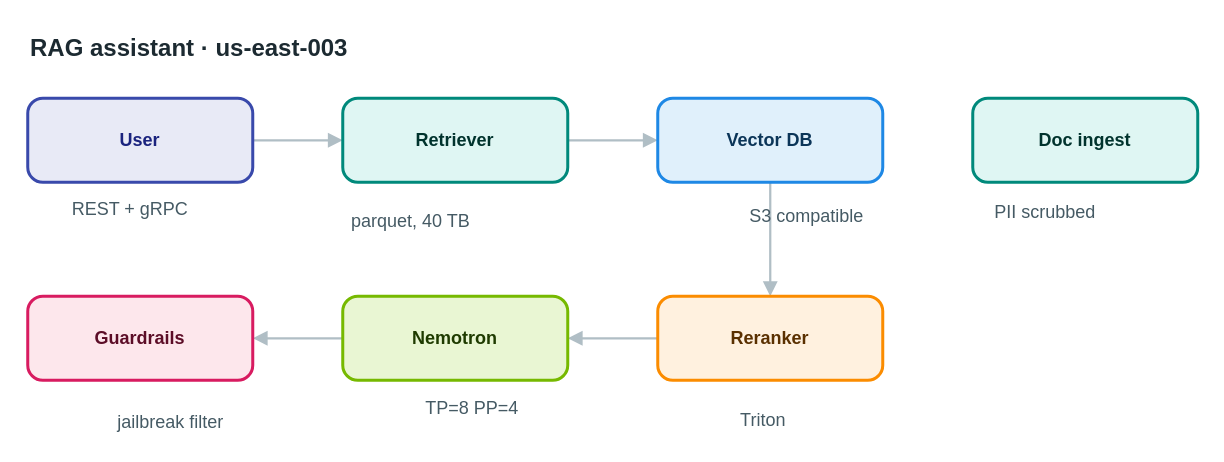
Above: apps/web/public/samples/library/003-rag-assistant.drawio in AryanG01/open-apprentice (draw.io), before the change. Source tidied: cells renumbered, new cells numbered last; positions are measured from the earlier drawing's top-left corner, leaving out a move shared by most shapes. Both pictures are drawn from the tidied source at 150%, with x=0, y=0 at pixel (27, 26).
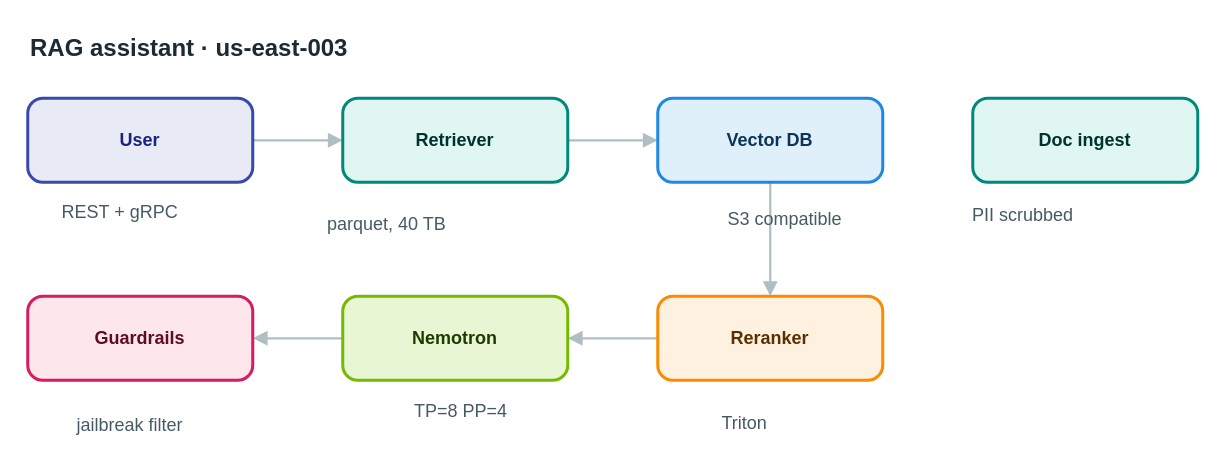
The same page after the edit.

What changed in the source:
```diff
@@
-    <mxCell id="15" value="REST + gRPC" style="text;html=1;align=center;verticalAlign=middle;whiteSpace=nowrap;strokeColor=none;fillColor=none;fontSize=12;fontColor=#455a64;" parent="1" vertex="1">
+    <mxCell id="15" value="REST + gRPC" style="text;html=1;align=left;verticalAlign=top;whiteSpace=nowrap;spacing=0;spacingTop=0;strokeColor=none;fillColor=none;fontSize=12;fontColor=#455a64;" parent="1" vertex="1">
       <mxGeometry x="23" y="112" width="89" height="20" as="geometry" />
     </mxCell>
-    <mxCell id="16" value="parquet, 40 TB" style="text;html=1;align=center;verticalAlign=middle;whiteSpace=nowrap;strokeColor=none;fillColor=none;fontSize=12;fontColor=#455a64;" parent="1" vertex="1">
+    <mxCell id="16" value="parquet, 40 TB" style="text;html=1;align=left;verticalAlign=top;whiteSpace=nowrap;spacing=0;spacingTop=0;strokeColor=none;fillColor=none;fontSize=12;fontColor=#455a64;" parent="1" vertex="1">
       <mxGeometry x="200" y="120" width="110" height="20" as="geometry" />
     </mxCell>
-    <mxCell id="17" value="S3 compatible" style="text;html=1;align=center;verticalAlign=middle;whiteSpace=nowrap;strokeColor=none;fillColor=none;fontSize=12;fontColor=#455a64;" parent="1" vertex="1">
+    <mxCell id="17" value="S3 compatible" style="text;html=1;align=left;verticalAlign=top;whiteSpace=nowrap;spacing=0;spacingTop=0;strokeColor=none;fillColor=none;fontSize=12;fontColor=#455a64;" parent="1" vertex="1">
       <mxGeometry x="467" y="117" width="103" height="20" as="geometry" />
     </mxCell>
-    <mxCell id="18" value="Triton" style="text;html=1;align=center;verticalAlign=middle;whiteSpace=nowrap;strokeColor=none;fillColor=none;fontSize=12;fontColor=#455a64;" parent="1" vertex="1">
+    <mxCell id="18" value="Triton" style="text;html=1;align=left;verticalAlign=top;whiteSpace=nowrap;spacing=0;spacingTop=0;strokeColor=none;fillColor=none;fontSize=12;fontColor=#455a64;" parent="1" vertex="1">
       <mxGeometry x="463" y="253" width="54" height="20" as="geometry" />
     </mxCell>
-    <mxCell id="19" value="TP=8 PP=4" style="text;html=1;align=center;verticalAlign=middle;whiteSpace=nowrap;strokeColor=none;fillColor=none;fontSize=12;fontColor=#455a64;" parent="1" vertex="1">
+    <mxCell id="19" value="TP=8 PP=4" style="text;html=1;align=left;verticalAlign=top;whiteSpace=nowrap;spacing=0;spacingTop=0;strokeColor=none;fillColor=none;fontSize=12;fontColor=#455a64;" parent="1" vertex="1">
       <mxGeometry x="258" y="245" width="75" height="20" as="geometry" />
     </mxCell>
-    <mxCell id="20" value="jailbreak filter" style="text;html=1;align=center;verticalAlign=middle;whiteSpace=nowrap;strokeColor=none;fillColor=none;fontSize=12;fontColor=#455a64;" parent="1" vertex="1">
+    <mxCell id="20" value="jailbreak filter" style="text;html=1;align=left;verticalAlign=top;whiteSpace=nowrap;spacing=0;spacingTop=0;strokeColor=none;fillColor=none;fontSize=12;fontColor=#455a64;" parent="1" vertex="1">
       <mxGeometry x="33" y="254" width="124" height="20" as="geometry" />
     </mxCell>
-    <mxCell id="21" value="PII scrubbed" style="text;html=1;align=center;verticalAlign=middle;whiteSpace=nowrap;strokeColor=none;fillColor=none;fontSize=12;fontColor=#455a64;" parent="1" vertex="1">
+    <mxCell id="21" value="PII scrubbed" style="text;html=1;align=left;verticalAlign=top;whiteSpace=nowrap;spacing=0;spacingTop=0;strokeColor=none;fillColor=none;fontSize=12;fontColor=#455a64;" parent="1" vertex="1">
       <mxGeometry x="630" y="114" width="96" height="20" as="geometry" />
     </mxCell>
```
